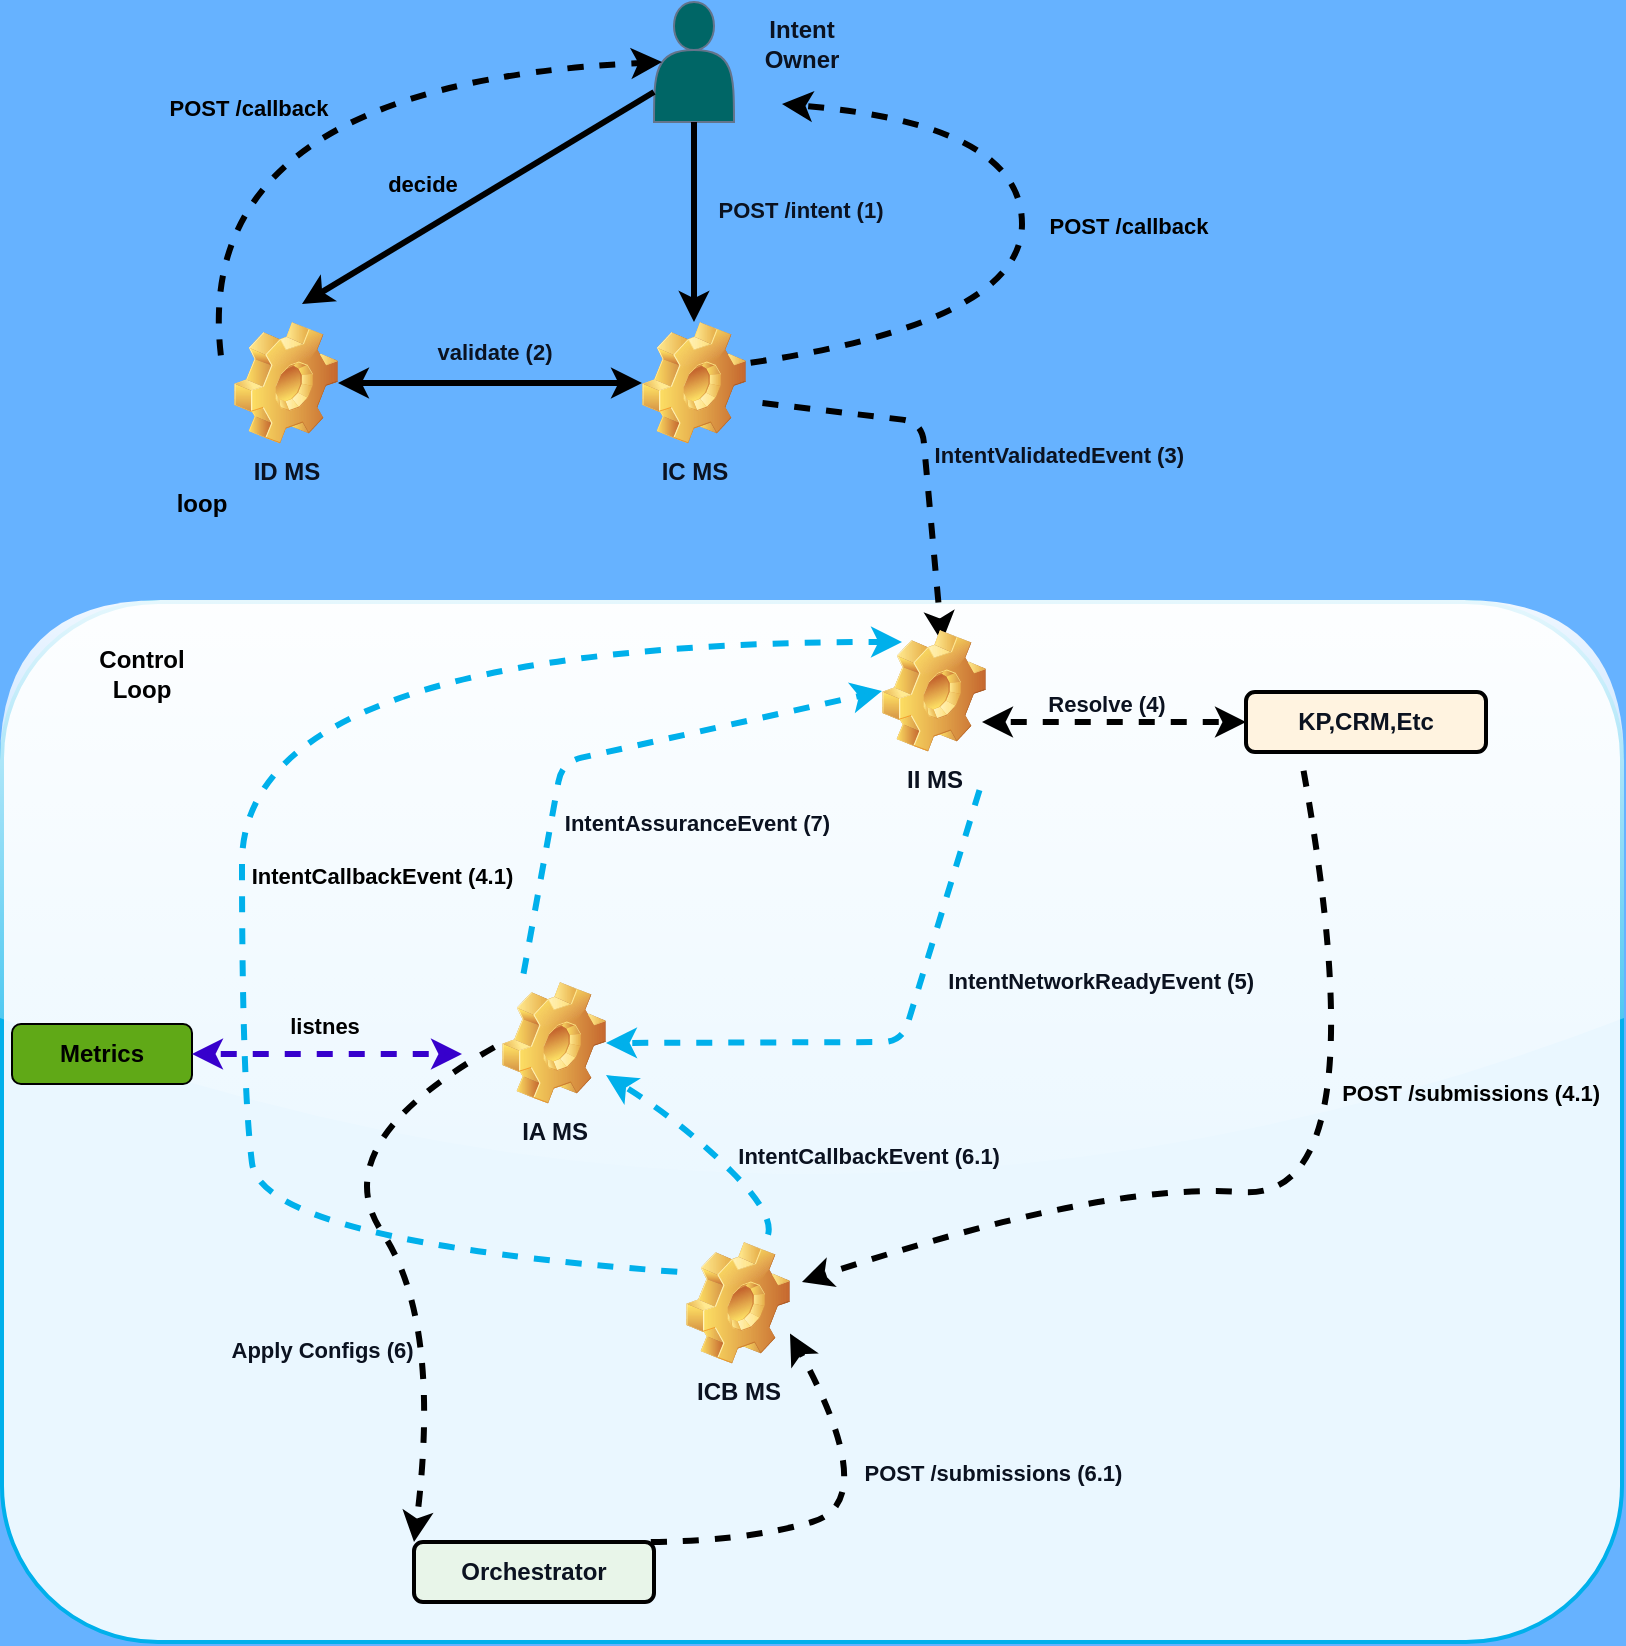
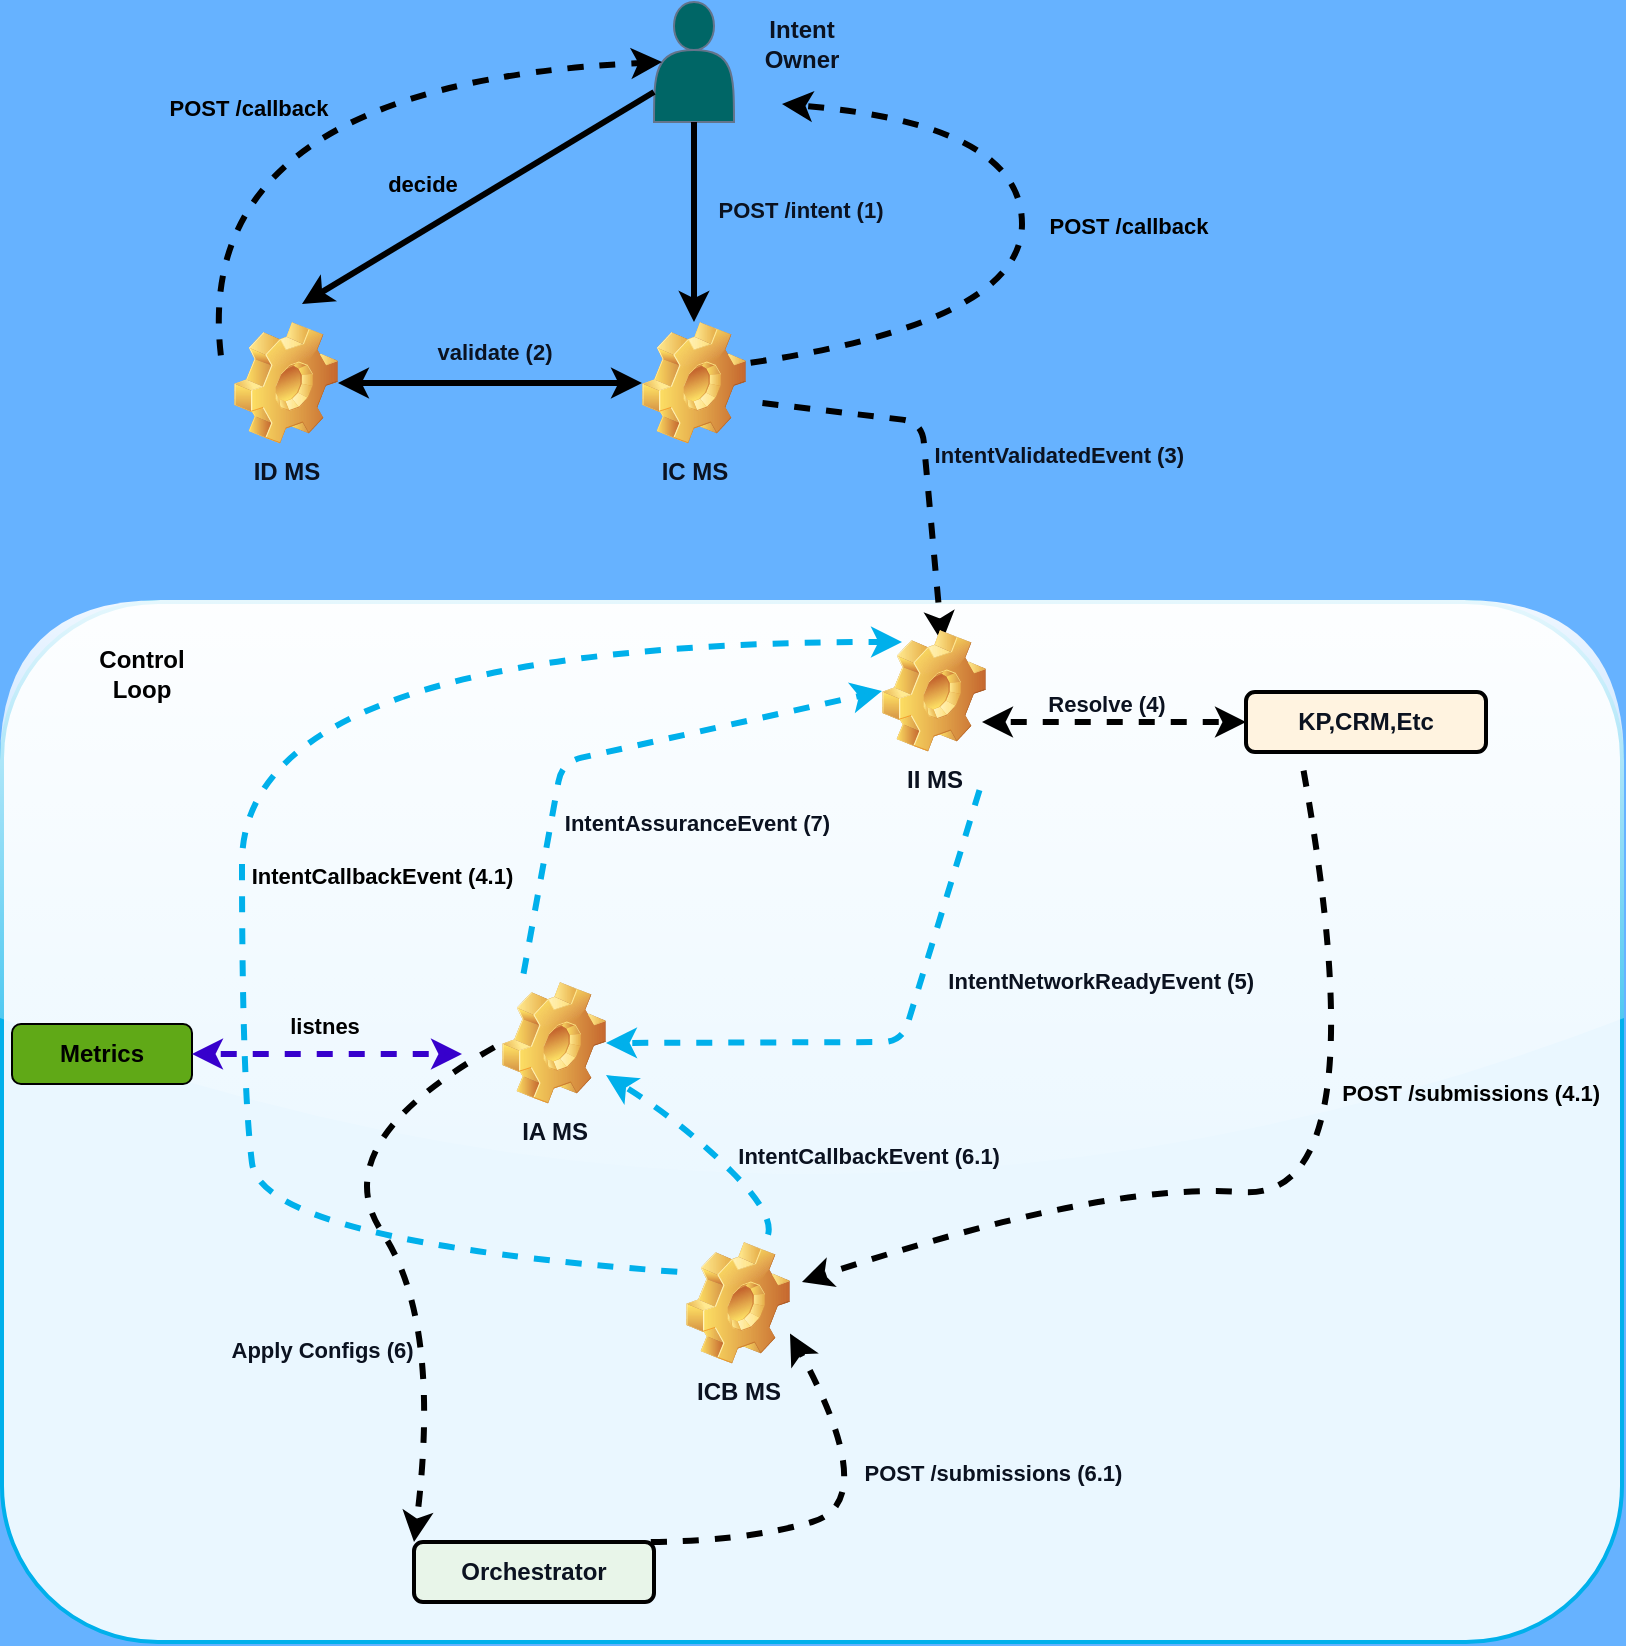
<mxfile host="65bd71144e">
    <diagram id="hkdiFI0e61aXNWWX01rr" name="Page-1">
        <mxGraphModel dx="678" dy="638" grid="1" gridSize="10" guides="1" tooltips="1" connect="1" arrows="1" fold="1" page="1" pageScale="1" pageWidth="827" pageHeight="1169" background="#66B2FF" math="0" shadow="0" adaptiveColors="none">
            <root>
                <mxCell id="0"/>
                <mxCell id="1" parent="0"/>
                <mxCell id="44" value="" style="rounded=1;whiteSpace=wrap;html=1;strokeWidth=2;glass=1;shadow=0;fillStyle=auto;fillColor=#EAF7FF;fontColor=#0B1220;strokeColor=#00B0EB;" parent="1" vertex="1">
                    <mxGeometry x="10" y="449" width="810" height="520" as="geometry"/>
                </mxCell>
                <mxCell id="2" value="IA MS" style="shape=image;html=1;verticalLabelPosition=bottom;verticalAlign=top;imageAspect=1;aspect=fixed;image=img/clipart/Gear_128x128.png;container=0;fontStyle=1;fillColor=#E6F7FF;strokeColor=#00B0EB;fontColor=#0B1220;strokeWidth=2;shadow=0;" parent="1" vertex="1">
                    <mxGeometry x="260" y="639" width="52" height="61" as="geometry"/>
                </mxCell>
                <mxCell id="7" value="" style="endArrow=classic;html=1;shadow=0;flowAnimation=1;strokeWidth=3;strokeColor=#00B0EB;entryX=0;entryY=0.5;entryDx=0;entryDy=0;jumpStyle=arc;fontColor=#0B1220;" parent="1" target="28" edge="1">
                    <mxGeometry width="50" height="50" relative="1" as="geometry">
                        <mxPoint x="270" y="639" as="sourcePoint"/>
                        <mxPoint x="430" y="489" as="targetPoint"/>
                        <Array as="points">
                            <mxPoint x="290" y="529"/>
                        </Array>
                    </mxGeometry>
                </mxCell>
                <mxCell id="9" value="IntentNetworkReadyEvent (5)" style="edgeLabel;align=center;verticalAlign=middle;resizable=0;points=[];container=0;fontColor=#0B1220;labelBackgroundColor=none;fontStyle=1;fillColor=#E8F5E9;strokeColor=#2E7D32;strokeWidth=2;shadow=0;" parent="7" vertex="1" connectable="0">
                    <mxGeometry x="0.0249" y="3" relative="1" as="geometry">
                        <mxPoint x="241" y="118" as="offset"/>
                    </mxGeometry>
                </mxCell>
                <mxCell id="8" value="" style="endArrow=classic;html=1;entryX=1;entryY=0.5;entryDx=0;entryDy=0;exitX=1;exitY=1;exitDx=0;exitDy=0;flowAnimation=1;jumpStyle=arc;strokeWidth=3;strokeColor=#00B0EB;fontColor=#0B1220;" parent="1" target="2" edge="1">
                    <mxGeometry width="50" height="50" relative="1" as="geometry">
                        <mxPoint x="500" y="539" as="sourcePoint"/>
                        <mxPoint x="470" y="719" as="targetPoint"/>
                        <Array as="points">
                            <mxPoint x="460" y="669"/>
                        </Array>
                    </mxGeometry>
                </mxCell>
                <mxCell id="10" value="IntentAssuranceEvent (7)" style="edgeLabel;align=center;verticalAlign=middle;resizable=0;points=[];container=0;labelBackgroundColor=none;fontStyle=1;fillColor=#FFEBEE;strokeColor=#C62828;fontColor=#0B1220;strokeWidth=2;shadow=0;" parent="8" vertex="1" connectable="0">
                    <mxGeometry x="-0.196" relative="1" as="geometry">
                        <mxPoint x="-109" y="-89" as="offset"/>
                    </mxGeometry>
                </mxCell>
                <mxCell id="12" value="IC MS" style="shape=image;html=1;verticalLabelPosition=bottom;verticalAlign=top;imageAspect=1;aspect=fixed;image=img/clipart/Gear_128x128.png;fontStyle=1;fillColor=#E6F7FF;strokeColor=#00B0EB;fontColor=#0B1220;strokeWidth=2;shadow=0;" parent="1" vertex="1">
                    <mxGeometry x="330" y="309" width="52" height="61" as="geometry"/>
                </mxCell>
                <mxCell id="13" value="" style="shape=actor;whiteSpace=wrap;html=1;fillColor=#006666;strokeColor=#64748B;fontColor=#0B1220;shadow=0;" parent="1" vertex="1">
                    <mxGeometry x="336" y="149" width="40" height="60" as="geometry"/>
                </mxCell>
                <mxCell id="14" value="" style="endArrow=classic;html=1;exitX=0.5;exitY=1;exitDx=0;exitDy=0;strokeWidth=3;flowAnimation=0;strokeColor=default;fontColor=#0B1220;" parent="1" source="13" target="12" edge="1">
                    <mxGeometry width="50" height="50" relative="1" as="geometry">
                        <mxPoint x="430" y="379" as="sourcePoint"/>
                        <mxPoint x="480" y="329" as="targetPoint"/>
                    </mxGeometry>
                </mxCell>
                <mxCell id="17" value="POST /intent (1)" style="edgeLabel;html=1;align=center;verticalAlign=middle;resizable=0;points=[];fontColor=#0B1220;fontStyle=1;labelBackgroundColor=none;strokeColor=#64748B;shadow=0;" parent="14" vertex="1" connectable="0">
                    <mxGeometry x="-0.13" relative="1" as="geometry">
                        <mxPoint x="53" as="offset"/>
                    </mxGeometry>
                </mxCell>
                <mxCell id="15" value="ICB MS" style="shape=image;html=1;verticalLabelPosition=bottom;verticalAlign=top;imageAspect=1;aspect=fixed;image=img/clipart/Gear_128x128.png;fontStyle=1;fillColor=#FFF3E0;strokeColor=#F57C00;fontColor=#0B1220;strokeWidth=2;shadow=0;" parent="1" vertex="1">
                    <mxGeometry x="352" y="769" width="52" height="61" as="geometry"/>
                </mxCell>
                <mxCell id="16" value="" style="endArrow=classic;html=1;exitX=0.5;exitY=1;exitDx=0;exitDy=0;strokeWidth=3;flowAnimation=1;jumpStyle=arc;strokeColor=default;fontColor=#0B1220;" parent="1" edge="1">
                    <mxGeometry width="50" height="50" relative="1" as="geometry">
                        <mxPoint x="386" y="349" as="sourcePoint"/>
                        <mxPoint x="480" y="469" as="targetPoint"/>
                        <Array as="points">
                            <mxPoint x="470" y="359"/>
                        </Array>
                    </mxGeometry>
                </mxCell>
                <mxCell id="18" value="IntentValidatedEvent (3)" style="edgeLabel;align=center;verticalAlign=middle;resizable=0;points=[];fontColor=#0B1220;fontStyle=1;labelBackgroundColor=none;strokeColor=#64748B;shadow=0;" parent="16" vertex="1" connectable="0">
                    <mxGeometry x="0.0229" y="-3" relative="1" as="geometry">
                        <mxPoint x="70" as="offset"/>
                    </mxGeometry>
                </mxCell>
                <mxCell id="21" value="Orchestrator" style="rounded=1;whiteSpace=wrap;html=1;fillColor=#E8F5E9;fontColor=#0B1220;strokeColor=default;fontStyle=1;strokeWidth=2;shadow=0;" parent="1" vertex="1">
                    <mxGeometry x="216" y="919" width="120" height="30" as="geometry"/>
                </mxCell>
                <mxCell id="22" value="Intent Owner" style="text;html=1;align=center;verticalAlign=middle;whiteSpace=wrap;rounded=0;fontStyle=1;fillColor=none;strokeColor=none;fontColor=#0B1220;strokeWidth=2;shadow=0;" parent="1" vertex="1">
                    <mxGeometry x="380" y="155" width="60" height="30" as="geometry"/>
                </mxCell>
                <mxCell id="23" value="KP,CRM,Etc" style="rounded=1;whiteSpace=wrap;html=1;fillColor=#FFF3E0;fontColor=#0B1220;strokeColor=default;fontStyle=1;strokeWidth=2;shadow=0;" parent="1" vertex="1">
                    <mxGeometry x="632" y="494" width="120" height="30" as="geometry"/>
                </mxCell>
                <mxCell id="25" value="" style="endArrow=classic;startArrow=classic;html=1;exitX=1;exitY=0.5;exitDx=0;exitDy=0;entryX=0;entryY=0.5;entryDx=0;entryDy=0;endSize=6;strokeWidth=3;flowAnimation=1;strokeColor=default;fontColor=#0B1220;" parent="1" target="23" edge="1">
                    <mxGeometry width="50" height="50" relative="1" as="geometry">
                        <mxPoint x="500" y="509" as="sourcePoint"/>
                        <mxPoint x="590" y="519" as="targetPoint"/>
                    </mxGeometry>
                </mxCell>
                <mxCell id="34" value="Resolve (4)" style="edgeLabel;html=1;align=center;verticalAlign=middle;resizable=0;points=[];fontStyle=1;labelBackgroundColor=none;strokeColor=#64748B;fontColor=#0B1220;shadow=0;" parent="25" vertex="1" connectable="0">
                    <mxGeometry x="-0.0667" relative="1" as="geometry">
                        <mxPoint y="-9" as="offset"/>
                    </mxGeometry>
                </mxCell>
                <mxCell id="28" value="II MS" style="shape=image;html=1;verticalLabelPosition=bottom;verticalAlign=top;imageAspect=1;aspect=fixed;image=img/clipart/Gear_128x128.png;fontStyle=1;fillColor=#E6F7FF;strokeColor=#00B0EB;fontColor=#0B1220;strokeWidth=2;shadow=0;" parent="1" vertex="1">
                    <mxGeometry x="450" y="463" width="52" height="61" as="geometry"/>
                </mxCell>
                <mxCell id="29" value="ID MS" style="shape=image;html=1;verticalLabelPosition=bottom;verticalAlign=top;imageAspect=1;aspect=fixed;image=img/clipart/Gear_128x128.png;fontStyle=1;fillColor=#E6F7FF;strokeColor=#00B0EB;fontColor=#0B1220;strokeWidth=2;shadow=0;" parent="1" vertex="1">
                    <mxGeometry x="126" y="309" width="52" height="61" as="geometry"/>
                </mxCell>
                <mxCell id="30" value="" style="endArrow=classic;startArrow=classic;html=1;exitX=1;exitY=0.5;exitDx=0;exitDy=0;entryX=0;entryY=0.5;entryDx=0;entryDy=0;strokeWidth=3;flowAnimation=0;strokeColor=default;fontColor=#0B1220;" parent="1" source="29" target="12" edge="1">
                    <mxGeometry width="50" height="50" relative="1" as="geometry">
                        <mxPoint x="280" y="469" as="sourcePoint"/>
                        <mxPoint x="330" y="419" as="targetPoint"/>
                    </mxGeometry>
                </mxCell>
                <mxCell id="31" value="validate (2)" style="edgeLabel;html=1;align=center;verticalAlign=middle;resizable=0;points=[];fontStyle=1;labelBackgroundColor=none;strokeColor=#64748B;fontColor=#0B1220;shadow=0;" parent="30" vertex="1" connectable="0">
                    <mxGeometry y="2" relative="1" as="geometry">
                        <mxPoint x="2" y="-14" as="offset"/>
                    </mxGeometry>
                </mxCell>
                <mxCell id="32" value="" style="curved=1;endArrow=classic;html=1;strokeWidth=3;flowAnimation=1;fillColor=#0050ef;strokeColor=default;fontColor=#0B1220;" parent="1" edge="1">
                    <mxGeometry width="50" height="50" relative="1" as="geometry">
                        <mxPoint x="660" y="529" as="sourcePoint"/>
                        <mxPoint x="410" y="789" as="targetPoint"/>
                        <Array as="points">
                            <mxPoint x="700" y="749"/>
                            <mxPoint x="560" y="739"/>
                        </Array>
                    </mxGeometry>
                </mxCell>
                <mxCell id="33" value="" style="curved=1;endArrow=classic;html=1;exitX=0;exitY=0.25;exitDx=0;exitDy=0;strokeWidth=3;flowAnimation=1;fillColor=#0050ef;strokeColor=#00B0EB;fontColor=#0B1220;" parent="1" source="15" edge="1">
                    <mxGeometry width="50" height="50" relative="1" as="geometry">
                        <mxPoint x="90" y="769" as="sourcePoint"/>
                        <mxPoint x="460" y="469" as="targetPoint"/>
                        <Array as="points">
                            <mxPoint x="140" y="769"/>
                            <mxPoint x="130" y="690"/>
                            <mxPoint x="130" y="469"/>
                        </Array>
                    </mxGeometry>
                </mxCell>
                <mxCell id="36" value="" style="curved=1;endArrow=classic;html=1;exitX=0;exitY=0.5;exitDx=0;exitDy=0;entryX=0;entryY=0;entryDx=0;entryDy=0;strokeWidth=3;fillColor=#e3c800;strokeColor=default;flowAnimation=1;fontColor=#0B1220;" parent="1" source="2" target="21" edge="1">
                    <mxGeometry width="50" height="50" relative="1" as="geometry">
                        <mxPoint x="230" y="859" as="sourcePoint"/>
                        <mxPoint x="280" y="809" as="targetPoint"/>
                        <Array as="points">
                            <mxPoint x="170" y="719"/>
                            <mxPoint x="230" y="809"/>
                        </Array>
                    </mxGeometry>
                </mxCell>
                <mxCell id="37" value="Apply Configs (6)" style="edgeLabel;align=center;verticalAlign=middle;resizable=0;points=[];labelBackgroundColor=none;fontColor=#0B1220;fontStyle=1;strokeColor=#64748B;shadow=0;" parent="36" vertex="1" connectable="0">
                    <mxGeometry x="0.2297" y="-7" relative="1" as="geometry">
                        <mxPoint x="-47" y="20" as="offset"/>
                    </mxGeometry>
                </mxCell>
                <mxCell id="38" value="" style="curved=1;endArrow=classic;html=1;entryX=1;entryY=0.75;entryDx=0;entryDy=0;fillColor=#e3c800;strokeColor=default;strokeWidth=3;flowAnimation=1;fontColor=#0B1220;" parent="1" target="15" edge="1">
                    <mxGeometry width="50" height="50" relative="1" as="geometry">
                        <mxPoint x="330" y="919" as="sourcePoint"/>
                        <mxPoint x="380" y="869" as="targetPoint"/>
                        <Array as="points">
                            <mxPoint x="380" y="919"/>
                            <mxPoint x="450" y="899"/>
                        </Array>
                    </mxGeometry>
                </mxCell>
                <mxCell id="39" value="POST /submissions (6.1)" style="edgeLabel;align=center;verticalAlign=middle;resizable=0;points=[];fontStyle=1;labelBackgroundColor=none;fontColor=#0B1220;strokeColor=#64748B;shadow=0;" parent="38" vertex="1" connectable="0">
                    <mxGeometry x="0.3261" y="9" relative="1" as="geometry">
                        <mxPoint x="74" as="offset"/>
                    </mxGeometry>
                </mxCell>
                <mxCell id="40" value="" style="curved=1;endArrow=classic;html=1;exitX=0.75;exitY=0;exitDx=0;exitDy=0;fillColor=#e3c800;strokeColor=#00B0EB;strokeWidth=3;flowAnimation=1;fontColor=#0B1220;" parent="1" source="15" target="2" edge="1">
                    <mxGeometry width="50" height="50" relative="1" as="geometry">
                        <mxPoint x="350" y="759" as="sourcePoint"/>
                        <mxPoint x="400" y="709" as="targetPoint"/>
                        <Array as="points">
                            <mxPoint x="400" y="759"/>
                            <mxPoint x="350" y="709"/>
                        </Array>
                    </mxGeometry>
                </mxCell>
                <mxCell id="41" value="IntentCallbackEvent (6.1)" style="edgeLabel;align=center;verticalAlign=middle;resizable=0;points=[];fontStyle=1;labelBackgroundColor=none;fontColor=#0B1220;strokeColor=#64748B;shadow=0;" parent="40" vertex="1" connectable="0">
                    <mxGeometry x="-0.0281" relative="1" as="geometry">
                        <mxPoint x="78" y="1" as="offset"/>
                    </mxGeometry>
                </mxCell>
-                 <mxCell id="45" value="loop" style="text;html=1;align=center;verticalAlign=middle;whiteSpace=wrap;rounded=0;fontStyle=1" parent="1" vertex="1">
-                     <mxGeometry x="80" y="385" width="60" height="30" as="geometry"/>
-                 </mxCell>
                <mxCell id="46" value="" style="endArrow=classic;html=1;exitX=0;exitY=0.75;exitDx=0;exitDy=0;strokeWidth=3;" parent="1" source="13" edge="1">
                    <mxGeometry width="50" height="50" relative="1" as="geometry">
                        <mxPoint x="170" y="220" as="sourcePoint"/>
                        <mxPoint x="160" y="300" as="targetPoint"/>
                    </mxGeometry>
                </mxCell>
                <mxCell id="47" value="decide" style="edgeLabel;html=1;align=center;verticalAlign=middle;resizable=0;points=[];labelBackgroundColor=none;fontStyle=1" parent="46" vertex="1" connectable="0">
                    <mxGeometry x="-0.0222" y="1" relative="1" as="geometry">
                        <mxPoint x="-31" y="-7" as="offset"/>
                    </mxGeometry>
                </mxCell>
                <mxCell id="48" value="Metrics" style="rounded=1;whiteSpace=wrap;html=1;fillColor=#60a917;fontColor=default;strokeColor=default;fontStyle=1" parent="1" vertex="1">
                    <mxGeometry x="15" y="660" width="90" height="30" as="geometry"/>
                </mxCell>
                <mxCell id="49" value="" style="endArrow=classic;startArrow=classic;html=1;exitX=1;exitY=0.5;exitDx=0;exitDy=0;strokeWidth=3;flowAnimation=1;strokeColor=#3700CC;jumpStyle=arc;fillColor=#6a00ff;" parent="1" source="48" edge="1">
                    <mxGeometry width="50" height="50" relative="1" as="geometry">
                        <mxPoint x="150" y="720" as="sourcePoint"/>
                        <mxPoint x="240" y="675" as="targetPoint"/>
                    </mxGeometry>
                </mxCell>
                <mxCell id="55" value="listnes" style="edgeLabel;html=1;align=center;verticalAlign=middle;resizable=0;points=[];labelBackgroundColor=none;fontStyle=1" parent="49" vertex="1" connectable="0">
                    <mxGeometry x="-0.0462" y="4" relative="1" as="geometry">
                        <mxPoint x="1" y="-10" as="offset"/>
                    </mxGeometry>
                </mxCell>
                <mxCell id="50" value="IntentCallbackEvent (4.1)" style="edgeLabel;align=center;verticalAlign=middle;resizable=0;points=[];fontStyle=1;labelBackgroundColor=none;fontColor=default;" parent="1" vertex="1" connectable="0">
                    <mxGeometry x="200.0011238408634" y="585.0011238408631" as="geometry"/>
                </mxCell>
                <mxCell id="51" value="POST /submissions (4.1)" style="edgeLabel;align=center;verticalAlign=middle;resizable=0;points=[];fontStyle=1;labelBackgroundColor=none;fontColor=default;" parent="1" vertex="1" connectable="0">
                    <mxGeometry x="744.3029013611379" y="693.5364916215115" as="geometry"/>
                </mxCell>
                <mxCell id="54" value="Control Loop" style="text;html=1;align=center;verticalAlign=middle;whiteSpace=wrap;rounded=0;fontStyle=1" parent="1" vertex="1">
                    <mxGeometry x="50" y="470" width="60" height="30" as="geometry"/>
                </mxCell>
                <mxCell id="56" value="" style="endArrow=classic;html=1;rounded=0;jumpStyle=arc;curved=1;strokeWidth=3;shadow=0;flowAnimation=1;" parent="1" edge="1">
                    <mxGeometry width="50" height="50" relative="1" as="geometry">
                        <mxPoint x="380" y="330" as="sourcePoint"/>
                        <mxPoint x="400" y="200" as="targetPoint"/>
                        <Array as="points">
                            <mxPoint x="520" y="310"/>
                            <mxPoint x="520" y="210"/>
                        </Array>
                    </mxGeometry>
                </mxCell>
                <mxCell id="57" value="POST /callback" style="edgeLabel;html=1;align=center;verticalAlign=middle;resizable=0;points=[];labelBackgroundColor=none;fontStyle=1" parent="56" vertex="1" connectable="0">
                    <mxGeometry x="0.0525" y="1" relative="1" as="geometry">
                        <mxPoint x="54" as="offset"/>
                    </mxGeometry>
                </mxCell>
                <mxCell id="58" value="" style="endArrow=classic;html=1;rounded=0;entryX=0.1;entryY=0.5;entryDx=0;entryDy=0;entryPerimeter=0;curved=1;strokeWidth=3;flowAnimation=1;" parent="1" target="13" edge="1">
                    <mxGeometry width="50" height="50" relative="1" as="geometry">
                        <mxPoint x="120" y="330" as="sourcePoint"/>
                        <mxPoint x="130" y="210" as="targetPoint"/>
                        <Array as="points">
                            <mxPoint x="100" y="190"/>
                        </Array>
                    </mxGeometry>
                </mxCell>
                <mxCell id="59" value="POST /callback" style="edgeLabel;html=1;align=center;verticalAlign=middle;resizable=0;points=[];labelBackgroundColor=none;fontStyle=1" parent="1" vertex="1" connectable="0">
                    <mxGeometry x="133" y="201.4213562373095" as="geometry"/>
                </mxCell>
            </root>
        </mxGraphModel>
    </diagram>
</mxfile>